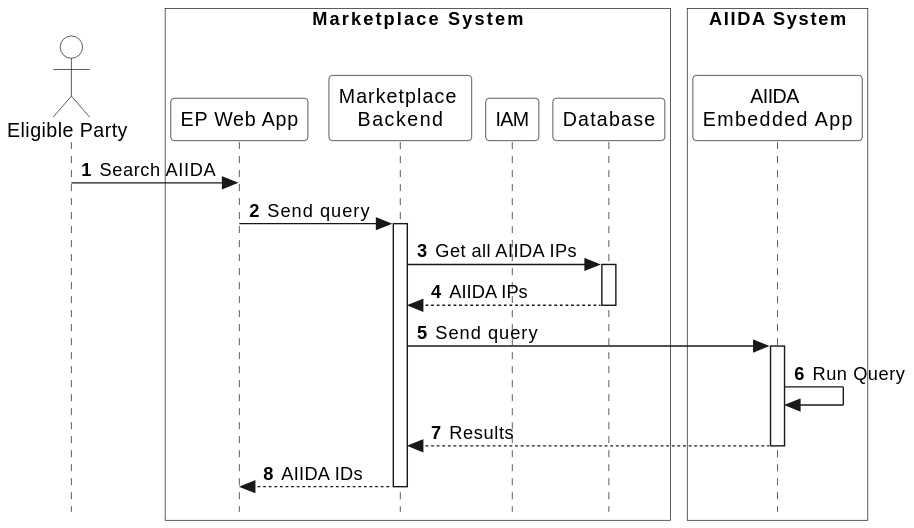
eddie-energy/architecture keeps this PlantUML diagram as arc42/marketplace/runtime-view/figures/marketplace-check-aiida.svg. Above is the earlier version.
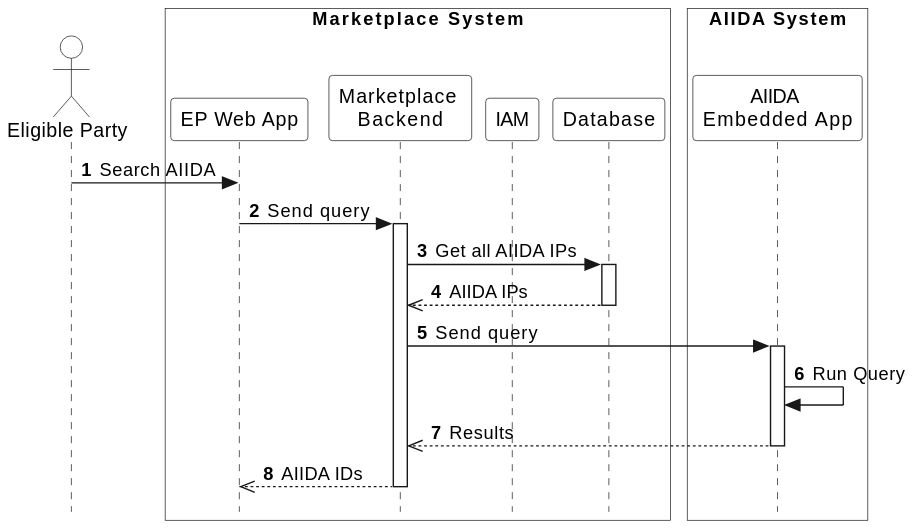
After the change.

Commit message:
update the sequence diagram notation in the marketplace

Diff of the diagram source:
```diff
@@ -25,13 +25,13 @@
 activate marketplace
 marketplace -> database : Get all AIIDA IPs
 activate database
-database --> marketplace : AIIDA IPs
+database -->> marketplace : AIIDA IPs
 deactivate database
 marketplace -> aiida : Send query
 activate aiida
 aiida -> aiida : Run Query
-aiida --> marketplace : Results
+aiida -->> marketplace : Results
 deactivate aiida
-marketplace --> app : AIIDA IDs
+marketplace -->> app : AIIDA IDs
 deactivate marketplace
 @enduml
```
